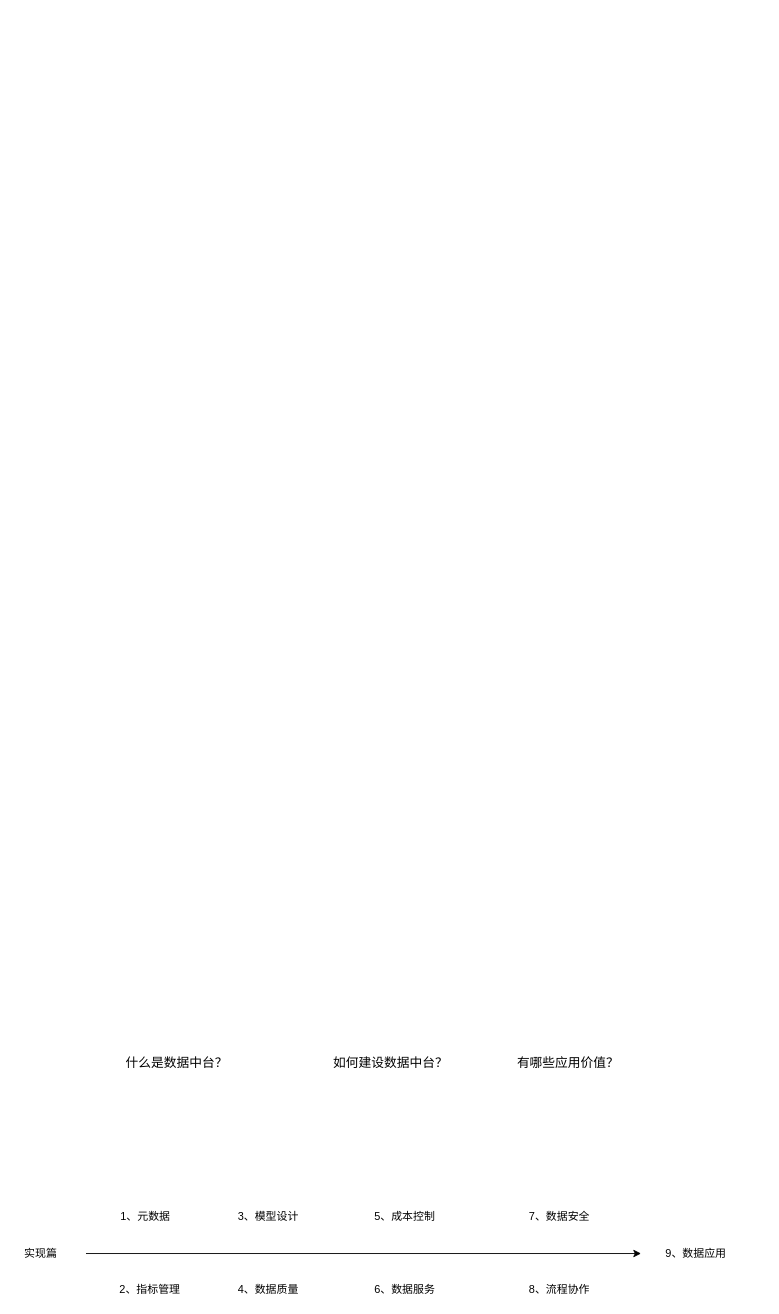
The draw.io diagram 数据中台.drawio in zhfk/drawo.io.mydiagrams, before the edit. Source tidied: cells renumbered, new cells numbered last; positions are measured from the earlier drawing's top-left corner, leaving out a move shared by most shapes. Both pictures are drawn from the tidied source at 91%, with x=0, y=0 at pixel (17, 1035).
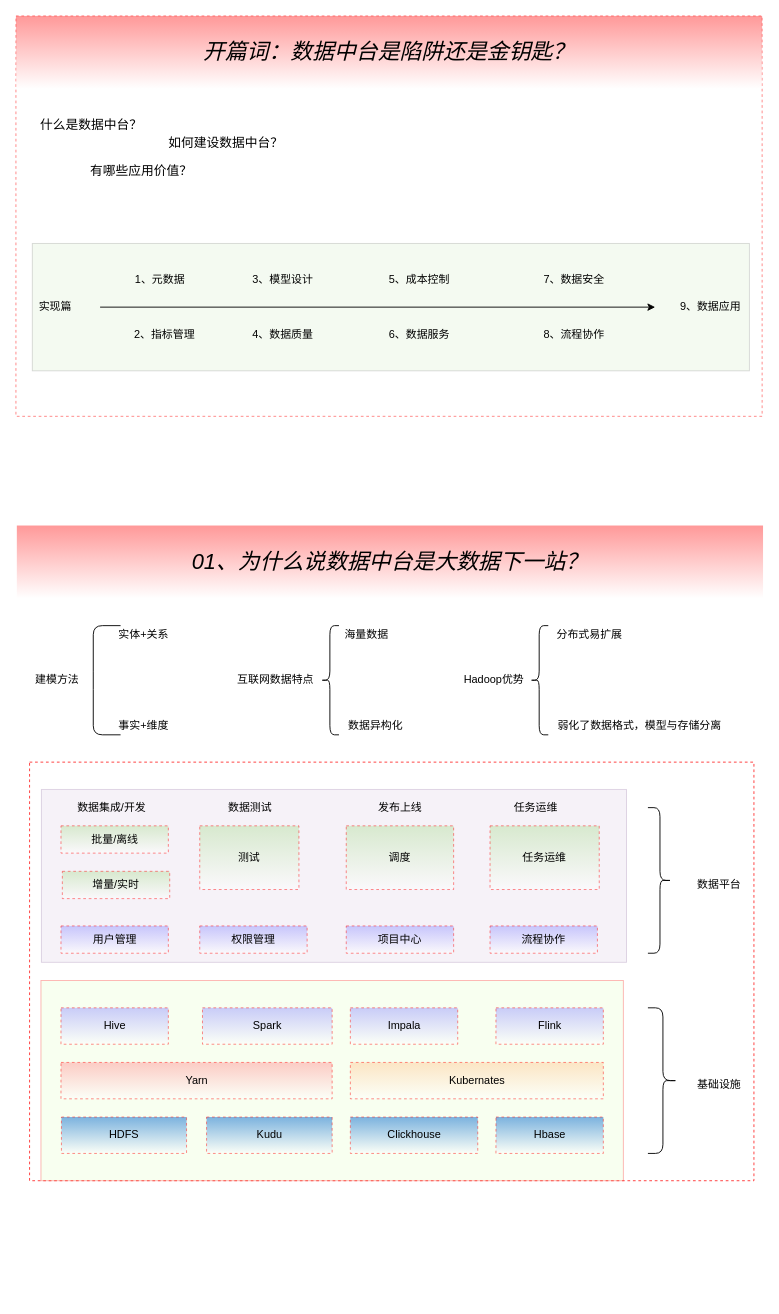
The same diagram, later.

Diff of the diagram source:
```diff
@@
+    <mxCell id="16" style="rounded=0;whiteSpace=wrap;html=1;strokeWidth=1;gradientColor=none;dashed=1;strokeColor=#FF3333;fillColor=none;" parent="1" vertex="1">
+      <mxGeometry x="13" y="-300" width="796" height="460" as="geometry" />
+    </mxCell>
+    <mxCell id="17" style="rounded=0;whiteSpace=wrap;html=1;strokeColor=#000000;strokeWidth=1;fillColor=#B9E0A5;gradientColor=none;opacity=30;" parent="1" vertex="1">
+      <mxGeometry x="16" y="-870" width="788" height="140" as="geometry" />
+    </mxCell>
+    <mxCell id="18" style="rounded=0;whiteSpace=wrap;html=1;strokeColor=#9673a6;strokeWidth=1;opacity=30;fillColor=#e1d5e7;" parent="1" vertex="1">
+      <mxGeometry x="26" y="-270" width="643" height="190" as="geometry" />
+    </mxCell>
+    <mxCell id="19" style="rounded=0;whiteSpace=wrap;html=1;strokeColor=#FF0000;strokeWidth=1;fillColor=#E6FFCC;opacity=30;" parent="1" vertex="1">
+      <mxGeometry x="25.5" y="-60" width="640" height="220" as="geometry" />
+    </mxCell>
+    <mxCell id="20" style="rounded=0;whiteSpace=wrap;html=1;opacity=50;dashed=1;strokeWidth=1;strokeColor=#FF0000;perimeterSpacing=10;" parent="1" vertex="1">
+      <mxGeometry x="-2" y="-1120" width="820" height="440" as="geometry" />
+    </mxCell>
     <mxCell id="2" value="&lt;font style=&quot;font-size: 14px&quot;&gt;什么是数据中台？&lt;/font&gt;" style="text;html=1;strokeColor=none;fillColor=none;align=center;verticalAlign=middle;whiteSpace=wrap;rounded=0;" parent="1" vertex="1">
-      <mxGeometry x="115" width="120" height="60" as="geometry" />
+      <mxGeometry x="20.5" y="-1030" width="120" height="60" as="geometry" />
     </mxCell>
     <mxCell id="3" value="&lt;font style=&quot;font-size: 14px&quot;&gt;如何建设数据中台？&lt;/font&gt;" style="text;html=1;strokeColor=none;fillColor=none;align=center;verticalAlign=middle;whiteSpace=wrap;rounded=0;" parent="1" vertex="1">
-      <mxGeometry x="335" width="150" height="60" as="geometry" />
+      <mxGeometry x="154" y="-1010" width="150" height="60" as="geometry" />
     </mxCell>
     <mxCell id="4" value="&lt;font style=&quot;font-size: 14px&quot;&gt;有哪些应用价值？&lt;/font&gt;" style="text;html=1;strokeColor=none;fillColor=none;align=center;verticalAlign=middle;whiteSpace=wrap;rounded=0;" parent="1" vertex="1">
-      <mxGeometry x="535" width="140" height="60" as="geometry" />
+      <mxGeometry x="65.5" y="-980" width="140" height="60" as="geometry" />
     </mxCell>
     <mxCell id="5" style="endArrow=classic;html=1;" parent="1" edge="1">
       <mxGeometry relative="1" as="geometry">
-        <mxPoint x="75" y="240" as="sourcePoint" />
-        <mxPoint x="685" y="240" as="targetPoint" />
+        <mxPoint x="90.5" y="-800" as="sourcePoint" />
+        <mxPoint x="700.5" y="-800" as="targetPoint" />
       </mxGeometry>
     </mxCell>
     <mxCell id="6" value="实现篇" style="text;html=1;align=center;verticalAlign=middle;strokeColor=none;" parent="1" vertex="1">
-      <mxGeometry y="230" width="50" height="20" as="geometry" />
+      <mxGeometry x="15.5" y="-810" width="50" height="20" as="geometry" />
     </mxCell>
     <mxCell id="7" value="1、元数据" style="text;html=1;align=center;verticalAlign=middle;strokeColor=none;" parent="1" vertex="1">
-      <mxGeometry x="105" y="190" width="70" height="20" as="geometry" />
+      <mxGeometry x="120.5" y="-840" width="70" height="20" as="geometry" />
     </mxCell>
     <mxCell id="8" value="3、模型设计" style="text;html=1;align=center;verticalAlign=middle;strokeColor=none;" parent="1" vertex="1">
-      <mxGeometry x="235" y="190" width="80" height="20" as="geometry" />
+      <mxGeometry x="250.5" y="-840" width="80" height="20" as="geometry" />
     </mxCell>
     <mxCell id="9" value="2、指标管理" style="text;html=1;align=center;verticalAlign=middle;strokeColor=none;" parent="1" vertex="1">
-      <mxGeometry x="105" y="270" width="80" height="20" as="geometry" />
+      <mxGeometry x="120.5" y="-780" width="80" height="20" as="geometry" />
     </mxCell>
     <mxCell id="10" value="4、数据质量" style="text;html=1;align=center;verticalAlign=middle;strokeColor=none;" parent="1" vertex="1">
-      <mxGeometry x="235" y="270" width="80" height="20" as="geometry" />
+      <mxGeometry x="250.5" y="-780" width="80" height="20" as="geometry" />
     </mxCell>
     <mxCell id="11" value="5、成本控制" style="text;html=1;align=center;verticalAlign=middle;strokeColor=none;" parent="1" vertex="1">
-      <mxGeometry x="385" y="190" width="80" height="20" as="geometry" />
+      <mxGeometry x="400.5" y="-840" width="80" height="20" as="geometry" />
     </mxCell>
     <mxCell id="12" value="6、数据服务" style="text;html=1;align=center;verticalAlign=middle;strokeColor=none;" parent="1" vertex="1">
-      <mxGeometry x="385" y="270" width="80" height="20" as="geometry" />
+      <mxGeometry x="400.5" y="-780" width="80" height="20" as="geometry" />
     </mxCell>
     <mxCell id="13" value="7、数据安全" style="text;html=1;align=center;verticalAlign=middle;strokeColor=none;" parent="1" vertex="1">
-      <mxGeometry x="555" y="190" width="80" height="20" as="geometry" />
+      <mxGeometry x="570.5" y="-840" width="80" height="20" as="geometry" />
     </mxCell>
     <mxCell id="14" value="8、流程协作" style="text;html=1;align=center;verticalAlign=middle;strokeColor=none;" parent="1" vertex="1">
-      <mxGeometry x="555" y="270" width="80" height="20" as="geometry" />
+      <mxGeometry x="570.5" y="-780" width="80" height="20" as="geometry" />
     </mxCell>
     <mxCell id="15" value="9、数据应用" style="text;html=1;align=center;verticalAlign=middle;strokeColor=none;" parent="1" vertex="1">
-      <mxGeometry x="705" y="230" width="80" height="20" as="geometry" />
+      <mxGeometry x="720.5" y="-810" width="80" height="20" as="geometry" />
     </mxCell>
+    <mxCell id="21" style="shape=curlyBracket;whiteSpace=wrap;html=1;rounded=1;size=0;" parent="1" vertex="1">
+      <mxGeometry x="83" y="-450" width="30" height="120" as="geometry" />
+    </mxCell>
+    <mxCell id="22" value="建模方法" style="text;html=1;align=center;verticalAlign=middle;strokeColor=none;" parent="1" vertex="1">
+      <mxGeometry x="13" y="-400" width="60" height="20" as="geometry" />
+    </mxCell>
+    <mxCell id="23" value="实体+关系" style="text;html=1;align=center;verticalAlign=middle;strokeColor=none;" parent="1" vertex="1">
+      <mxGeometry x="103" y="-450" width="70" height="20" as="geometry" />
+    </mxCell>
+    <mxCell id="24" value="事实+维度" style="text;html=1;align=center;verticalAlign=middle;strokeColor=none;" parent="1" vertex="1">
+      <mxGeometry x="103" y="-350" width="70" height="20" as="geometry" />
+    </mxCell>
+    <mxCell id="25" style="shape=curlyBracket;whiteSpace=wrap;html=1;rounded=1;" parent="1" vertex="1">
+      <mxGeometry x="333" y="-450" width="20" height="120" as="geometry" />
+    </mxCell>
+    <mxCell id="26" value="互联网数据特点" style="text;html=1;align=center;verticalAlign=middle;strokeColor=none;" parent="1" vertex="1">
+      <mxGeometry x="233" y="-400" width="100" height="20" as="geometry" />
+    </mxCell>
+    <mxCell id="27" value="海量数据" style="text;html=1;align=center;verticalAlign=middle;strokeColor=none;" parent="1" vertex="1">
+      <mxGeometry x="353" y="-450" width="60" height="20" as="geometry" />
+    </mxCell>
+    <mxCell id="28" value="数据异构化" style="text;html=1;align=center;verticalAlign=middle;strokeColor=none;" parent="1" vertex="1">
+      <mxGeometry x="353" y="-350" width="80" height="20" as="geometry" />
+    </mxCell>
+    <mxCell id="29" style="shape=curlyBracket;whiteSpace=wrap;html=1;rounded=1;" parent="1" vertex="1">
+      <mxGeometry x="563" y="-450" width="20" height="120" as="geometry" />
+    </mxCell>
+    <mxCell id="30" value="Hadoop优势" style="text;html=1;align=center;verticalAlign=middle;strokeColor=none;" parent="1" vertex="1">
+      <mxGeometry x="483" y="-400" width="80" height="20" as="geometry" />
+    </mxCell>
+    <mxCell id="31" value="分布式易扩展" style="text;html=1;align=center;verticalAlign=middle;strokeColor=none;" parent="1" vertex="1">
+      <mxGeometry x="583" y="-450" width="90" height="20" as="geometry" />
+    </mxCell>
+    <mxCell id="32" value="弱化了数据格式，模型与存储分离" style="text;html=1;align=center;verticalAlign=middle;strokeColor=none;" parent="1" vertex="1">
+      <mxGeometry x="583" y="-350" width="200" height="20" as="geometry" />
+    </mxCell>
+    <mxCell id="33" value="&lt;font style=&quot;font-size: 24px&quot;&gt;&lt;i&gt;开篇词：数据中台是陷阱还是金钥匙？&lt;/i&gt;&lt;/font&gt;" style="text;html=1;strokeColor=none;align=center;verticalAlign=middle;whiteSpace=wrap;rounded=0;dashed=1;opacity=50;fillColor=#FF3333;gradientColor=#ffffff;" parent="1" vertex="1">
+      <mxGeometry x="-2" y="-1120" width="820" height="80" as="geometry" />
+    </mxCell>
+    <mxCell id="34" value="&lt;font style=&quot;font-size: 24px&quot;&gt;&lt;i&gt;01、为什么说数据中台是大数据下一站？&lt;/i&gt;&lt;/font&gt;" style="text;html=1;strokeColor=none;align=center;verticalAlign=middle;whiteSpace=wrap;rounded=0;dashed=1;opacity=50;fillColor=#FF3333;gradientColor=#ffffff;" parent="1" vertex="1">
+      <mxGeometry x="-1" y="-560" width="820" height="80" as="geometry" />
+    </mxCell>
+    <mxCell id="35" value="Hive" style="rounded=0;whiteSpace=wrap;html=1;dashed=1;strokeColor=#FF0000;strokeWidth=1;fillColor=#9999FF;gradientColor=#ffffff;opacity=50;" parent="1" vertex="1">
+      <mxGeometry x="47.5" y="-30" width="118" height="40" as="geometry" />
+    </mxCell>
+    <mxCell id="36" value="Spark" style="rounded=0;whiteSpace=wrap;html=1;dashed=1;strokeColor=#FF0000;strokeWidth=1;fillColor=#9999FF;gradientColor=#ffffff;opacity=50;" parent="1" vertex="1">
+      <mxGeometry x="203" y="-30" width="142.5" height="40" as="geometry" />
+    </mxCell>
+    <mxCell id="37" value="Impala" style="rounded=0;whiteSpace=wrap;html=1;dashed=1;strokeColor=#FF0000;strokeWidth=1;fillColor=#9999FF;gradientColor=#ffffff;opacity=50;" parent="1" vertex="1">
+      <mxGeometry x="365.5" y="-30" width="118" height="40" as="geometry" />
+    </mxCell>
+    <mxCell id="38" value="Flink" style="rounded=0;whiteSpace=wrap;html=1;dashed=1;strokeColor=#FF0000;strokeWidth=1;fillColor=#9999FF;gradientColor=#ffffff;opacity=50;" parent="1" vertex="1">
+      <mxGeometry x="525.5" y="-30" width="118" height="40" as="geometry" />
+    </mxCell>
+    <mxCell id="39" value="Yarn" style="rounded=0;whiteSpace=wrap;html=1;dashed=1;strokeColor=#FF0000;strokeWidth=1;gradientColor=#ffffff;opacity=50;fillColor=#FF9999;" parent="1" vertex="1">
+      <mxGeometry x="47.5" y="30" width="298" height="40" as="geometry" />
+    </mxCell>
+    <mxCell id="40" value="Kubernates" style="rounded=0;whiteSpace=wrap;html=1;dashed=1;strokeColor=#FF0000;strokeWidth=1;gradientColor=#ffffff;opacity=50;fillColor=#FFCC99;" parent="1" vertex="1">
+      <mxGeometry x="365.5" y="30" width="278" height="40" as="geometry" />
+    </mxCell>
+    <mxCell id="41" value="HDFS" style="rounded=0;whiteSpace=wrap;html=1;dashed=1;strokeColor=#FF0000;strokeWidth=1;gradientColor=#ffffff;opacity=50;fillColor=#0066CC;" parent="1" vertex="1">
+      <mxGeometry x="48" y="90" width="137.5" height="40" as="geometry" />
+    </mxCell>
+    <mxCell id="42" value="Kudu" style="rounded=0;whiteSpace=wrap;html=1;dashed=1;strokeColor=#FF0000;strokeWidth=1;gradientColor=#ffffff;opacity=50;fillColor=#0066CC;" parent="1" vertex="1">
+      <mxGeometry x="207.5" y="90" width="138" height="40" as="geometry" />
+    </mxCell>
+    <mxCell id="43" value="Hbase" style="rounded=0;whiteSpace=wrap;html=1;dashed=1;strokeColor=#FF0000;strokeWidth=1;gradientColor=#ffffff;opacity=50;fillColor=#0066CC;" parent="1" vertex="1">
+      <mxGeometry x="525.5" y="90" width="118" height="40" as="geometry" />
+    </mxCell>
+    <mxCell id="44" value="Clickhouse" style="rounded=0;whiteSpace=wrap;html=1;dashed=1;strokeColor=#FF0000;strokeWidth=1;gradientColor=#ffffff;opacity=50;fillColor=#0066CC;" parent="1" vertex="1">
+      <mxGeometry x="365.5" y="90" width="140" height="40" as="geometry" />
+    </mxCell>
+    <mxCell id="45" value="基础设施" style="text;html=1;strokeColor=none;fillColor=none;align=center;verticalAlign=middle;whiteSpace=wrap;rounded=0;dashed=1;opacity=10;" parent="1" vertex="1">
+      <mxGeometry x="735.5" y="40" width="70" height="30" as="geometry" />
+    </mxCell>
+    <mxCell id="46" style="shape=curlyBracket;whiteSpace=wrap;html=1;rounded=1;flipH=1;strokeWidth=1;gradientColor=none;fillColor=none;" parent="1" vertex="1">
+      <mxGeometry x="692.5" y="-30" width="33" height="160" as="geometry" />
+    </mxCell>
+    <mxCell id="47" value="用户管理" style="rounded=0;whiteSpace=wrap;html=1;dashed=1;strokeColor=#FF0000;strokeWidth=1;fillColor=#9999FF;gradientColor=#ffffff;opacity=50;" parent="1" vertex="1">
+      <mxGeometry x="47.5" y="-120" width="118" height="30" as="geometry" />
+    </mxCell>
+    <mxCell id="48" value="权限管理" style="rounded=0;whiteSpace=wrap;html=1;dashed=1;strokeColor=#FF0000;strokeWidth=1;fillColor=#9999FF;gradientColor=#ffffff;opacity=50;" parent="1" vertex="1">
+      <mxGeometry x="200" y="-120" width="118" height="30" as="geometry" />
+    </mxCell>
+    <mxCell id="49" value="项目中心" style="rounded=0;whiteSpace=wrap;html=1;dashed=1;strokeColor=#FF0000;strokeWidth=1;fillColor=#9999FF;gradientColor=#ffffff;opacity=50;" parent="1" vertex="1">
+      <mxGeometry x="361" y="-120" width="118" height="30" as="geometry" />
+    </mxCell>
+    <mxCell id="50" value="流程协作" style="rounded=0;whiteSpace=wrap;html=1;dashed=1;strokeColor=#FF0000;strokeWidth=1;fillColor=#9999FF;gradientColor=#ffffff;opacity=50;" parent="1" vertex="1">
+      <mxGeometry x="519" y="-120" width="118" height="30" as="geometry" />
+    </mxCell>
+    <mxCell id="51" value="批量/离线" style="rounded=0;whiteSpace=wrap;html=1;dashed=1;strokeColor=#FF0000;strokeWidth=1;gradientColor=#ffffff;opacity=50;fillColor=#B9E0A5;" parent="1" vertex="1">
+      <mxGeometry x="47.5" y="-230" width="118" height="30" as="geometry" />
+    </mxCell>
+    <mxCell id="52" value="增量/实时" style="rounded=0;whiteSpace=wrap;html=1;dashed=1;strokeColor=#FF0000;strokeWidth=1;gradientColor=#ffffff;opacity=50;fillColor=#B9E0A5;" parent="1" vertex="1">
+      <mxGeometry x="49" y="-180" width="118" height="30" as="geometry" />
+    </mxCell>
+    <mxCell id="53" value="测试" style="rounded=0;whiteSpace=wrap;html=1;dashed=1;strokeColor=#FF0000;strokeWidth=1;gradientColor=#ffffff;opacity=50;fillColor=#B9E0A5;" parent="1" vertex="1">
+      <mxGeometry x="200" y="-230" width="109" height="70" as="geometry" />
+    </mxCell>
+    <mxCell id="54" value="调度" style="rounded=0;whiteSpace=wrap;html=1;dashed=1;strokeColor=#FF0000;strokeWidth=1;gradientColor=#ffffff;opacity=50;fillColor=#B9E0A5;" parent="1" vertex="1">
+      <mxGeometry x="361" y="-230" width="118" height="70" as="geometry" />
+    </mxCell>
+    <mxCell id="55" value="任务运维" style="rounded=0;whiteSpace=wrap;html=1;dashed=1;strokeColor=#FF0000;strokeWidth=1;gradientColor=#ffffff;opacity=50;fillColor=#B9E0A5;" parent="1" vertex="1">
+      <mxGeometry x="519" y="-230" width="120" height="70" as="geometry" />
+    </mxCell>
+    <mxCell id="56" value="数据集成/开发" style="text;html=1;align=center;verticalAlign=middle;strokeColor=none;" parent="1" vertex="1">
+      <mxGeometry x="58" y="-260" width="90" height="20" as="geometry" />
+    </mxCell>
+    <mxCell id="57" value="数据测试" style="text;html=1;align=center;verticalAlign=middle;strokeColor=none;" parent="1" vertex="1">
+      <mxGeometry x="224.5" y="-260" width="60" height="20" as="geometry" />
+    </mxCell>
+    <mxCell id="58" value="发布上线" style="text;html=1;align=center;verticalAlign=middle;strokeColor=none;" parent="1" vertex="1">
+      <mxGeometry x="390" y="-260" width="60" height="20" as="geometry" />
+    </mxCell>
+    <mxCell id="59" value="任务运维" style="text;html=1;align=center;verticalAlign=middle;strokeColor=none;" parent="1" vertex="1">
+      <mxGeometry x="539" y="-260" width="60" height="20" as="geometry" />
+    </mxCell>
+    <mxCell id="60" style="shape=curlyBracket;whiteSpace=wrap;html=1;rounded=1;flipH=1;strokeWidth=1;gradientColor=none;fillColor=none;" parent="1" vertex="1">
+      <mxGeometry x="692.5" y="-250" width="26.5" height="160" as="geometry" />
+    </mxCell>
+    <mxCell id="61" value="数据平台" style="text;html=1;strokeColor=none;fillColor=none;align=center;verticalAlign=middle;whiteSpace=wrap;rounded=0;dashed=1;opacity=10;" parent="1" vertex="1">
+      <mxGeometry x="735.5" y="-180" width="70" height="30" as="geometry" />
+    </mxCell>
```
